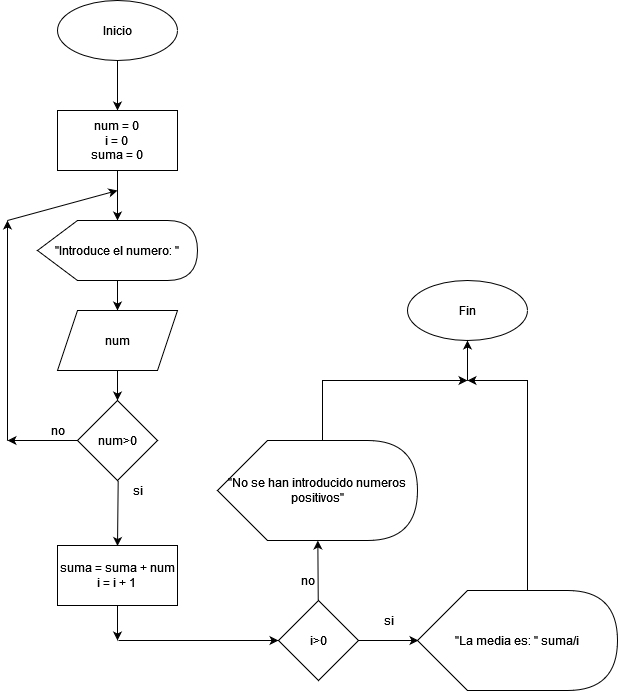
This is Ejer5CasoPractico4.drawio.png from amjyebenes/DiagramasEntornos, a draw.io export, as it was before one commit. Source tidied: cells renumbered, new cells last; positions are measured from the earlier drawing's top-left corner, leaving out a move shared by most shapes.
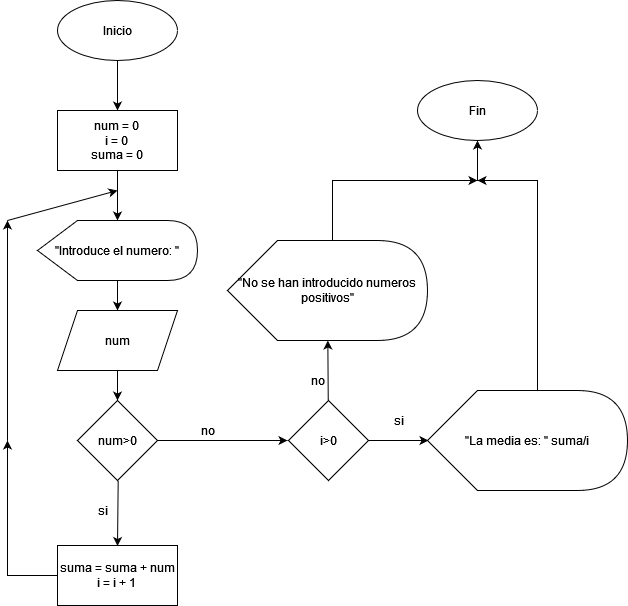
After the change.

What changed in the source:
```diff
@@ -32,27 +32,19 @@
     <mxCell id="9" value="num" style="shape=parallelogram;perimeter=parallelogramPerimeter;whiteSpace=wrap;html=1;fixedSize=1;" parent="1" vertex="1">
       <mxGeometry x="50" y="310" width="120" height="60" as="geometry" />
     </mxCell>
-    <mxCell id="10" style="edgeStyle=none;rounded=0;jettySize=auto;html=1;entryX=0;entryY=0.5;entryDx=0;entryDy=0;" parent="1" edge="1" target="13">
-      <mxGeometry relative="1" as="geometry">
-        <mxPoint x="111" y="640" as="sourcePoint" />
-        <Array as="points">
-          <mxPoint x="190" y="640" />
-        </Array>
-      </mxGeometry>
-    </mxCell>
     <mxCell id="11" style="edgeStyle=none;rounded=0;jettySize=auto;html=1;entryX=0;entryY=0.5;entryDx=0;entryDy=0;entryPerimeter=0;" parent="1" edge="1" source="13">
       <mxGeometry relative="1" as="geometry">
-        <mxPoint x="411" y="640" as="targetPoint" />
+        <mxPoint x="421" y="440" as="targetPoint" />
       </mxGeometry>
     </mxCell>
     <mxCell id="12" style="edgeStyle=none;rounded=0;jettySize=auto;html=1;" parent="1" edge="1" source="13" target="25">
       <mxGeometry relative="1" as="geometry" />
     </mxCell>
     <mxCell id="13" value="i&amp;gt;0" style="rhombus;whiteSpace=wrap;html=1;align=center;" parent="1" vertex="1">
-      <mxGeometry x="271" y="600" width="80" height="80" as="geometry" />
+      <mxGeometry x="281" y="400" width="80" height="80" as="geometry" />
     </mxCell>
     <mxCell id="14" value="Fin" style="ellipse;whiteSpace=wrap;html=1;align=center;" parent="1" vertex="1">
-      <mxGeometry x="400" y="280" width="120" height="60" as="geometry" />
+      <mxGeometry x="410" y="80" width="120" height="60" as="geometry" />
     </mxCell>
     <mxCell id="15" style="edgeStyle=none;rounded=0;orthogonalLoop=1;jettySize=auto;html=1;" parent="1" edge="1">
       <mxGeometry relative="1" as="geometry">
@@ -61,30 +53,30 @@
       </mxGeometry>
     </mxCell>
     <mxCell id="16" value="si" style="text;html=1;align=center;verticalAlign=middle;strokeColor=none;fillColor=none;" parent="1" vertex="1">
-      <mxGeometry x="366" y="610" width="30" height="20" as="geometry" />
+      <mxGeometry x="376" y="410" width="30" height="20" as="geometry" />
     </mxCell>
-    <mxCell id="17" style="edgeStyle=none;rounded=0;jettySize=auto;html=1;" parent="1" edge="1" source="18">
-      <mxGeometry relative="1" as="geometry">
-        <mxPoint y="440" as="targetPoint" />
-      </mxGeometry>
-    </mxCell>
+    <mxCell id="32" style="edgeStyle=none;rounded=0;jettySize=auto;html=1;" parent="1" edge="1" source="18">
+      <mxGeometry relative="1" as="geometry">
+        <mxPoint x="280" y="440" as="targetPoint" />
+      </mxGeometry>
+    </mxCell>
     <mxCell id="18" value="num&amp;gt;0" style="rhombus;whiteSpace=wrap;html=1;align=center;" parent="1" vertex="1">
       <mxGeometry x="70" y="400" width="80" height="80" as="geometry" />
     </mxCell>
     <mxCell id="19" value="si" style="text;html=1;align=center;verticalAlign=middle;strokeColor=none;fillColor=none;" parent="1" vertex="1">
-      <mxGeometry x="115" y="480" width="30" height="20" as="geometry" />
+      <mxGeometry x="80" y="500" width="30" height="20" as="geometry" />
     </mxCell>
-    <mxCell id="20" style="edgeStyle=none;rounded=0;jettySize=auto;html=1;" parent="1" edge="1" source="21">
-      <mxGeometry relative="1" as="geometry">
-        <mxPoint x="110" y="640" as="targetPoint" />
-      </mxGeometry>
-    </mxCell>
+    <mxCell id="33" style="edgeStyle=none;rounded=0;jettySize=auto;html=1;" parent="1" edge="1" source="21">
+      <mxGeometry relative="1" as="geometry">
+        <mxPoint y="440" as="targetPoint" />
+        <Array as="points">
+          <mxPoint y="575" />
+        </Array>
+      </mxGeometry>
+    </mxCell>
     <mxCell id="21" value="&lt;div&gt;suma = suma + num&lt;/div&gt;&lt;div&gt;i = i + 1&lt;br&gt;&lt;/div&gt;" style="rounded=0;whiteSpace=wrap;html=1;align=center;" parent="1" vertex="1">
       <mxGeometry x="50" y="545" width="120" height="60" as="geometry" />
     </mxCell>
-    <mxCell id="22" value="no" style="text;html=1;align=center;verticalAlign=middle;strokeColor=none;fillColor=none;" parent="1" vertex="1">
-      <mxGeometry x="35" y="420" width="30" height="20" as="geometry" />
-    </mxCell>
     <mxCell id="23" style="endArrow=classic;html=1;rounded=0;elbow=vertical;" parent="1" edge="1">
       <mxGeometry relative="1" as="geometry">
         <mxPoint y="440" as="sourcePoint" />
@@ -98,38 +90,41 @@
       </mxGeometry>
     </mxCell>
     <mxCell id="25" value="&quot;No se han introducido numeros positivos&quot;" style="shape=display;whiteSpace=wrap;html=1;align=center;" parent="1" vertex="1">
-      <mxGeometry x="210" y="440" width="200" height="100" as="geometry" />
+      <mxGeometry x="220" y="240" width="200" height="100" as="geometry" />
     </mxCell>
     <mxCell id="26" style="edgeStyle=none;rounded=0;orthogonalLoop=1;jettySize=auto;html=1;exitX=0;exitY=0;exitDx=100;exitDy=0;exitPerimeter=0;" parent="1" edge="1" source="25" target="25">
       <mxGeometry relative="1" as="geometry" />
     </mxCell>
     <mxCell id="27" style="edgeStyle=none;rounded=0;jettySize=auto;html=1;exitX=0.55;exitY=0;exitDx=0;exitDy=0;exitPerimeter=0;" parent="1" edge="1" source="28">
       <mxGeometry relative="1" as="geometry">
-        <mxPoint x="460" y="380" as="targetPoint" />
+        <mxPoint x="470" y="180" as="targetPoint" />
         <Array as="points">
-          <mxPoint x="520" y="380" />
+          <mxPoint x="530" y="180" />
         </Array>
       </mxGeometry>
     </mxCell>
     <mxCell id="28" value="&quot;La media es: &quot; suma/i" style="shape=display;whiteSpace=wrap;html=1;align=center;" parent="1" vertex="1">
-      <mxGeometry x="410" y="590" width="200" height="100" as="geometry" />
+      <mxGeometry x="420" y="390" width="200" height="100" as="geometry" />
     </mxCell>
     <mxCell id="29" value="no" style="text;html=1;align=center;verticalAlign=middle;strokeColor=none;fillColor=none;" parent="1" vertex="1">
-      <mxGeometry x="285" y="570" width="30" height="20" as="geometry" />
+      <mxGeometry x="295" y="370" width="30" height="20" as="geometry" />
     </mxCell>
     <mxCell id="30" style="endArrow=classic;html=1;rounded=0;elbow=vertical;" parent="1" edge="1">
       <mxGeometry relative="1" as="geometry">
-        <mxPoint x="315" y="440" as="sourcePoint" />
-        <mxPoint x="460" y="380" as="targetPoint" />
+        <mxPoint x="325" y="240" as="sourcePoint" />
+        <mxPoint x="470" y="180" as="targetPoint" />
         <Array as="points">
-          <mxPoint x="315" y="380" />
+          <mxPoint x="325" y="180" />
         </Array>
       </mxGeometry>
     </mxCell>
     <mxCell id="31" style="endArrow=classic;html=1;rounded=0;elbow=vertical;entryX=0.5;entryY=1;entryDx=0;entryDy=0;" parent="1" edge="1" target="14">
       <mxGeometry relative="1" as="geometry">
-        <mxPoint x="460" y="380" as="sourcePoint" />
+        <mxPoint x="470" y="180" as="sourcePoint" />
       </mxGeometry>
     </mxCell>
+    <mxCell id="22" value="no" style="text;html=1;align=center;verticalAlign=middle;strokeColor=none;fillColor=none;" parent="1" vertex="1">
+      <mxGeometry x="185" y="420" width="30" height="20" as="geometry" />
+    </mxCell>
   </root>
 </mxGraphModel>
```
